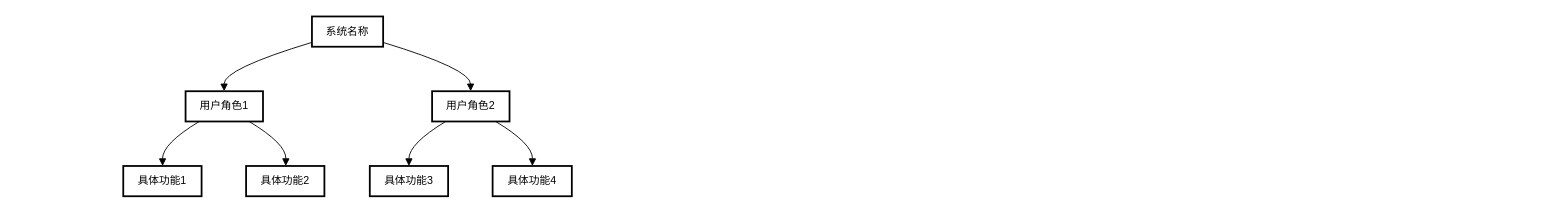
The draw.io diagram 结构图.drawio in Marcistm/api, before the edit. Source tidied: cells renumbered, new cells numbered last; positions are measured from the earlier drawing's top-left corner, leaving out a move shared by most shapes. Both pictures are drawn from the tidied source at 89%, with x=0, y=0 at pixel (123, 16).
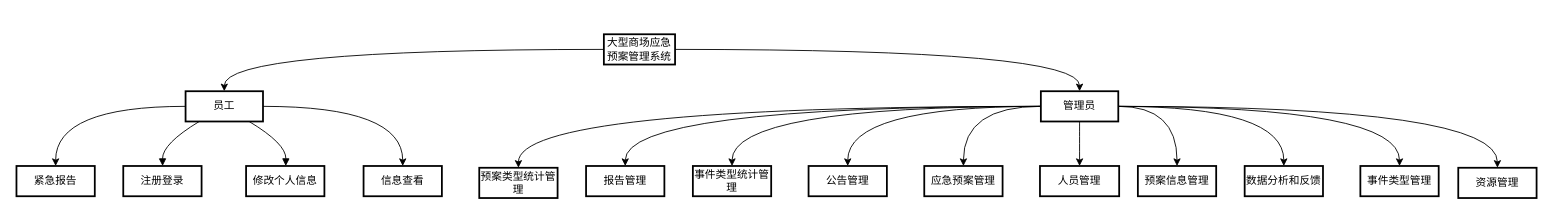
Above is the later version.

Commit message:
更新结构图.drawio

Change to the diagram source:
```diff
@@
+    <mxCell id="10" style="edgeStyle=orthogonalEdgeStyle;shape=connector;curved=1;rounded=1;jettySize=auto;html=1;entryX=0.5;entryY=0;entryDx=0;entryDy=0;labelBackgroundColor=default;strokeColor=default;align=center;verticalAlign=middle;fontFamily=Helvetica;fontSize=11;fontColor=default;endArrow=classic;" parent="1" edge="1" source="2" target="4">
+      <mxGeometry relative="1" as="geometry" />
+    </mxCell>
+    <mxCell id="9" style="edgeStyle=orthogonalEdgeStyle;shape=connector;curved=1;rounded=1;jettySize=auto;html=1;entryX=0.5;entryY=0;entryDx=0;entryDy=0;labelBackgroundColor=default;strokeColor=default;align=center;verticalAlign=middle;fontFamily=Helvetica;fontSize=11;fontColor=default;endArrow=classic;" parent="1" edge="1" source="2" target="3">
+      <mxGeometry relative="1" as="geometry" />
+    </mxCell>
-    <mxCell id="2" value="系统名称" style="whiteSpace=wrap;strokeWidth=2;" parent="1" vertex="1">
-      <mxGeometry x="212" width="80" height="34" as="geometry" />
+    <mxCell id="2" value="大型商场应急预案管理系统" style="whiteSpace=wrap;strokeWidth=2;" parent="1" vertex="1">
+      <mxGeometry x="540" y="20" width="80" height="34" as="geometry" />
     </mxCell>
+    <mxCell id="15" style="edgeStyle=orthogonalEdgeStyle;jettySize=auto;html=1;entryX=0.5;entryY=0;entryDx=0;entryDy=0;curved=1;" parent="1" edge="1" source="3" target="26">
+      <mxGeometry relative="1" as="geometry" />
+    </mxCell>
+    <mxCell id="16" style="edgeStyle=orthogonalEdgeStyle;jettySize=auto;html=1;curved=1;" parent="1" edge="1" source="3" target="25">
+      <mxGeometry relative="1" as="geometry" />
+    </mxCell>
-    <mxCell id="3" value="用户角色1" style="whiteSpace=wrap;strokeWidth=2;" parent="1" vertex="1">
+    <mxCell id="3" value="员工" style="whiteSpace=wrap;strokeWidth=2;" parent="1" vertex="1">
       <mxGeometry x="70" y="84" width="87" height="34" as="geometry" />
     </mxCell>
+    <mxCell id="17" style="edgeStyle=orthogonalEdgeStyle;jettySize=auto;html=1;entryX=0.5;entryY=0;entryDx=0;entryDy=0;curved=1;" parent="1" edge="1" source="4" target="28">
+      <mxGeometry relative="1" as="geometry" />
+    </mxCell>
+    <mxCell id="18" style="edgeStyle=orthogonalEdgeStyle;shape=connector;curved=1;rounded=1;jettySize=auto;html=1;labelBackgroundColor=default;strokeColor=default;align=center;verticalAlign=middle;fontFamily=Helvetica;fontSize=11;fontColor=default;endArrow=classic;" parent="1" edge="1" source="4" target="30">
+      <mxGeometry relative="1" as="geometry" />
+    </mxCell>
+    <mxCell id="19" style="edgeStyle=orthogonalEdgeStyle;shape=connector;curved=1;rounded=1;jettySize=auto;html=1;labelBackgroundColor=default;strokeColor=default;align=center;verticalAlign=middle;fontFamily=Helvetica;fontSize=11;fontColor=default;endArrow=classic;" parent="1" edge="1" source="4" target="32">
+      <mxGeometry relative="1" as="geometry" />
+    </mxCell>
+    <mxCell id="20" style="edgeStyle=orthogonalEdgeStyle;shape=connector;curved=1;rounded=1;jettySize=auto;html=1;labelBackgroundColor=default;strokeColor=default;align=center;verticalAlign=middle;fontFamily=Helvetica;fontSize=11;fontColor=default;endArrow=classic;" parent="1" edge="1" source="4" target="31">
+      <mxGeometry relative="1" as="geometry" />
+    </mxCell>
+    <mxCell id="21" style="edgeStyle=orthogonalEdgeStyle;shape=connector;curved=1;rounded=1;jettySize=auto;html=1;entryX=0.5;entryY=0;entryDx=0;entryDy=0;labelBackgroundColor=default;strokeColor=default;align=center;verticalAlign=middle;fontFamily=Helvetica;fontSize=11;fontColor=default;endArrow=classic;" parent="1" edge="1" source="4" target="34">
+      <mxGeometry relative="1" as="geometry" />
+    </mxCell>
+    <mxCell id="22" style="edgeStyle=orthogonalEdgeStyle;shape=connector;curved=1;rounded=1;jettySize=auto;html=1;labelBackgroundColor=default;strokeColor=default;align=center;verticalAlign=middle;fontFamily=Helvetica;fontSize=11;fontColor=default;endArrow=classic;" parent="1" edge="1" source="4" target="33">
+      <mxGeometry relative="1" as="geometry" />
+    </mxCell>
+    <mxCell id="23" style="edgeStyle=orthogonalEdgeStyle;shape=connector;curved=1;rounded=1;jettySize=auto;html=1;labelBackgroundColor=default;strokeColor=default;align=center;verticalAlign=middle;fontFamily=Helvetica;fontSize=11;fontColor=default;endArrow=classic;" parent="1" edge="1" source="4" target="27">
+      <mxGeometry relative="1" as="geometry" />
+    </mxCell>
+    <mxCell id="14" style="edgeStyle=orthogonalEdgeStyle;shape=connector;curved=1;rounded=1;jettySize=auto;html=1;labelBackgroundColor=default;strokeColor=default;align=center;verticalAlign=middle;fontFamily=Helvetica;fontSize=11;fontColor=default;endArrow=classic;" parent="1" edge="1" source="4" target="8">
+      <mxGeometry relative="1" as="geometry" />
+    </mxCell>
+    <mxCell id="13" style="edgeStyle=orthogonalEdgeStyle;shape=connector;curved=1;rounded=1;jettySize=auto;html=1;entryX=0.5;entryY=0;entryDx=0;entryDy=0;labelBackgroundColor=default;strokeColor=default;align=center;verticalAlign=middle;fontFamily=Helvetica;fontSize=11;fontColor=default;endArrow=classic;" parent="1" edge="1" source="4" target="7">
+      <mxGeometry relative="1" as="geometry" />
+    </mxCell>
+    <mxCell id="24" style="edgeStyle=orthogonalEdgeStyle;shape=connector;curved=1;rounded=1;jettySize=auto;html=1;labelBackgroundColor=default;strokeColor=default;align=center;verticalAlign=middle;fontFamily=Helvetica;fontSize=11;fontColor=default;endArrow=classic;" parent="1" edge="1" source="4" target="29">
+      <mxGeometry relative="1" as="geometry" />
+    </mxCell>
-    <mxCell id="4" value="用户角色2" style="whiteSpace=wrap;strokeWidth=2;" parent="1" vertex="1">
-      <mxGeometry x="347" y="84" width="87" height="34" as="geometry" />
+    <mxCell id="4" value="管理员" style="whiteSpace=wrap;strokeWidth=2;" parent="1" vertex="1">
+      <mxGeometry x="1031" y="84" width="87" height="34" as="geometry" />
     </mxCell>
-    <mxCell id="5" value="具体功能1" style="whiteSpace=wrap;strokeWidth=2;" parent="1" vertex="1">
+    <mxCell id="5" value="注册登录" style="whiteSpace=wrap;strokeWidth=2;" parent="1" vertex="1">
       <mxGeometry y="168" width="88" height="34" as="geometry" />
     </mxCell>
-    <mxCell id="6" value="具体功能2" style="whiteSpace=wrap;strokeWidth=2;" parent="1" vertex="1">
+    <mxCell id="6" value="修改个人信息" style="whiteSpace=wrap;strokeWidth=2;" parent="1" vertex="1">
       <mxGeometry x="138" y="168" width="88" height="34" as="geometry" />
     </mxCell>
-    <mxCell id="7" value="具体功能3" style="whiteSpace=wrap;strokeWidth=2;" parent="1" vertex="1">
-      <mxGeometry x="277" y="168" width="88" height="34" as="geometry" />
+    <mxCell id="7" value="应急预案管理" style="whiteSpace=wrap;strokeWidth=2;" parent="1" vertex="1">
+      <mxGeometry x="900" y="168" width="88" height="34" as="geometry" />
     </mxCell>
-    <mxCell id="8" value="具体功能4" style="whiteSpace=wrap;strokeWidth=2;" parent="1" vertex="1">
-      <mxGeometry x="415" y="168" width="89" height="34" as="geometry" />
+    <mxCell id="8" value="人员管理" style="whiteSpace=wrap;strokeWidth=2;" parent="1" vertex="1">
+      <mxGeometry x="1030" y="168" width="89" height="34" as="geometry" />
     </mxCell>
-    <mxCell id="9" style="curved=1;startArrow=none;endArrow=block;exitX=-0.000830078125;exitY=0.8566529947473956;entryX=0.49874281609195403;entryY=0;" parent="1" edge="1" source="2" target="3">
-      <mxGeometry relative="1" as="geometry">
-        <Array as="points">
-          <mxPoint x="113" y="59" />
-        </Array>
-      </mxGeometry>
-    </mxCell>
-    <mxCell id="10" style="curved=1;startArrow=none;endArrow=block;exitX=0.999169921875;exitY=0.8570456069974564;entryX=0.49797952586206895;entryY=0;" parent="1" edge="1" source="2" target="4">
-      <mxGeometry relative="1" as="geometry">
-        <Array as="points">
-          <mxPoint x="390" y="59" />
-        </Array>
-      </mxGeometry>
-    </mxCell>
@@
-    <mxCell id="13" style="curved=1;startArrow=none;endArrow=block;exitX=0.17534401512041614;exitY=1;entryX=0.4997336647727273;entryY=0;" parent="1" edge="1" source="4" target="7">
-      <mxGeometry relative="1" as="geometry">
-        <Array as="points">
-          <mxPoint x="321" y="143" />
-        </Array>
-      </mxGeometry>
-    </mxCell>
-    <mxCell id="14" style="curved=1;startArrow=none;endArrow=block;exitX=0.8206150366037218;exitY=1;entryX=0.5019311797752809;entryY=0;" parent="1" edge="1" source="4" target="8">
-      <mxGeometry relative="1" as="geometry">
-        <Array as="points">
-          <mxPoint x="460" y="143" />
-        </Array>
-      </mxGeometry>
-    </mxCell>
+    <mxCell id="25" value="紧急报告" style="whiteSpace=wrap;strokeWidth=2;" parent="1" vertex="1">
+      <mxGeometry x="-120" y="168" width="88" height="34" as="geometry" />
+    </mxCell>
+    <mxCell id="26" value="信息查看" style="whiteSpace=wrap;strokeWidth=2;" parent="1" vertex="1">
+      <mxGeometry x="270" y="168" width="88" height="34" as="geometry" />
+    </mxCell>
+    <mxCell id="27" value="资源管理" style="whiteSpace=wrap;strokeWidth=2;" parent="1" vertex="1">
+      <mxGeometry x="1500" y="170" width="88" height="34" as="geometry" />
+    </mxCell>
+    <mxCell id="28" value="报告管理" style="whiteSpace=wrap;strokeWidth=2;" parent="1" vertex="1">
+      <mxGeometry x="520" y="168" width="88" height="34" as="geometry" />
+    </mxCell>
+    <mxCell id="29" value="预案类型统计管理" style="whiteSpace=wrap;strokeWidth=2;" parent="1" vertex="1">
+      <mxGeometry x="400" y="170" width="88" height="34" as="geometry" />
+    </mxCell>
+    <mxCell id="30" value="事件类型统计管理" style="whiteSpace=wrap;strokeWidth=2;" parent="1" vertex="1">
+      <mxGeometry x="640" y="168" width="88" height="34" as="geometry" />
+    </mxCell>
+    <mxCell id="31" value="预案信息管理" style="whiteSpace=wrap;strokeWidth=2;" parent="1" vertex="1">
+      <mxGeometry x="1140" y="168" width="88" height="34" as="geometry" />
+    </mxCell>
+    <mxCell id="32" value="公告管理" style="whiteSpace=wrap;strokeWidth=2;" parent="1" vertex="1">
+      <mxGeometry x="770" y="168" width="88" height="34" as="geometry" />
+    </mxCell>
+    <mxCell id="33" value="事件类型管理" style="whiteSpace=wrap;strokeWidth=2;" parent="1" vertex="1">
+      <mxGeometry x="1390" y="168" width="88" height="34" as="geometry" />
+    </mxCell>
+    <mxCell id="34" value="数据分析和反馈" style="whiteSpace=wrap;strokeWidth=2;" parent="1" vertex="1">
+      <mxGeometry x="1260" y="168" width="88" height="34" as="geometry" />
+    </mxCell>
```
